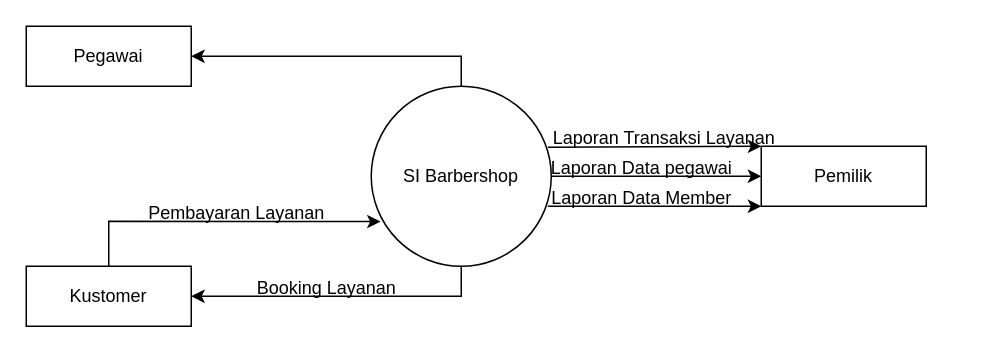
Before: Context Diagram.drawio in yogadwipayana/ERD, a draw.io diagram. Source tidied: cells renumbered, new cells numbered last; positions are measured from the earlier drawing's top-left corner, leaving out a move shared by most shapes. Both pictures are drawn from the tidied source at 150%, with x=0, y=0 at pixel (26, 26).
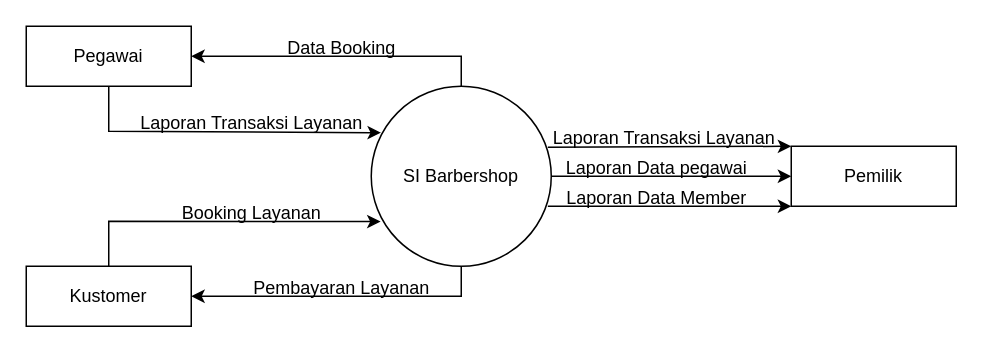
After the change.

The change refers to these unchanged cells:
```xml
<mxCell id="2" value="SI Barbershop" style="ellipse;whiteSpace=wrap;html=1;" parent="1" vertex="1">
  <mxGeometry x="230" y="40" width="120" height="120" as="geometry" />
</mxCell>
<mxCell id="5" value="Pegawai" style="rounded=0;whiteSpace=wrap;html=1;" parent="1" vertex="1">
  <mxGeometry width="110" height="40" as="geometry" />
</mxCell>
```

Diff of the diagram source:
```diff
@@
     <mxCell id="3" value="Pemilik" style="rounded=0;whiteSpace=wrap;html=1;" parent="1" vertex="1">
-      <mxGeometry x="490" y="80" width="110" height="40" as="geometry" />
+      <mxGeometry x="510" y="80" width="110" height="40" as="geometry" />
     </mxCell>
@@
     <mxCell id="9" value="Laporan Data pegawai" style="text;html=1;align=center;verticalAlign=middle;strokeColor=none;fillColor=none;" parent="1" vertex="1">
-      <mxGeometry x="340" y="80" width="140" height="30" as="geometry" />
+      <mxGeometry x="350" y="80" width="140" height="30" as="geometry" />
     </mxCell>
     <mxCell id="10" value="Laporan Data Member" style="text;html=1;align=center;verticalAlign=middle;strokeColor=none;fillColor=none;" parent="1" vertex="1">
-      <mxGeometry x="340" y="100" width="140" height="30" as="geometry" />
+      <mxGeometry x="350" y="100" width="140" height="30" as="geometry" />
     </mxCell>
@@
     <mxCell id="13" value="Booking Layanan" style="text;html=1;align=center;verticalAlign=middle;strokeColor=none;fillColor=none;" parent="1" vertex="1">
-      <mxGeometry x="140" y="160" width="120" height="30" as="geometry" />
+      <mxGeometry x="90" y="110" width="120" height="30" as="geometry" />
     </mxCell>
@@
     <mxCell id="15" value="Pembayaran Layanan" style="text;html=1;align=center;verticalAlign=middle;strokeColor=none;fillColor=none;" parent="1" vertex="1">
-      <mxGeometry x="70" y="110" width="140" height="30" as="geometry" />
+      <mxGeometry x="140" y="160" width="140" height="30" as="geometry" />
     </mxCell>
@@
+    <mxCell id="17" style="endArrow=classic;html=1;rounded=0;exitX=0.5;exitY=1;exitDx=0;exitDy=0;entryX=0.054;entryY=0.258;entryDx=0;entryDy=0;entryPerimeter=0;" parent="1" edge="1" source="5" target="2">
+      <mxGeometry relative="1" as="geometry">
+        <Array as="points">
+          <mxPoint x="55" y="70" />
+        </Array>
+      </mxGeometry>
+    </mxCell>
+    <mxCell id="18" value="Data Booking" style="text;html=1;align=center;verticalAlign=middle;strokeColor=none;fillColor=none;" parent="1" vertex="1">
+      <mxGeometry x="160" width="100" height="30" as="geometry" />
+    </mxCell>
+    <mxCell id="19" value="Laporan Transaksi Layanan" style="text;html=1;align=center;verticalAlign=middle;strokeColor=none;fillColor=none;" parent="1" vertex="1">
+      <mxGeometry x="65" y="50" width="170" height="30" as="geometry" />
+    </mxCell>
```
